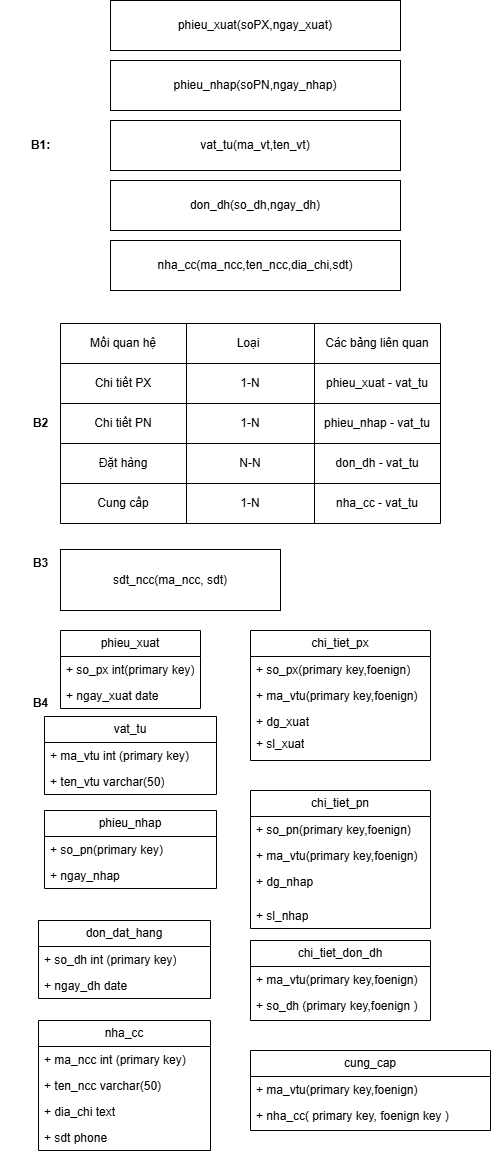
quan11012000/Module_3 keeps this draw.io diagram as bai_2/bai_tap/bai_1.drawio.png. Above is the earlier version. Source tidied: cells renumbered, new cells last; positions are measured from the earlier drawing's top-left corner, leaving out a move shared by most shapes.
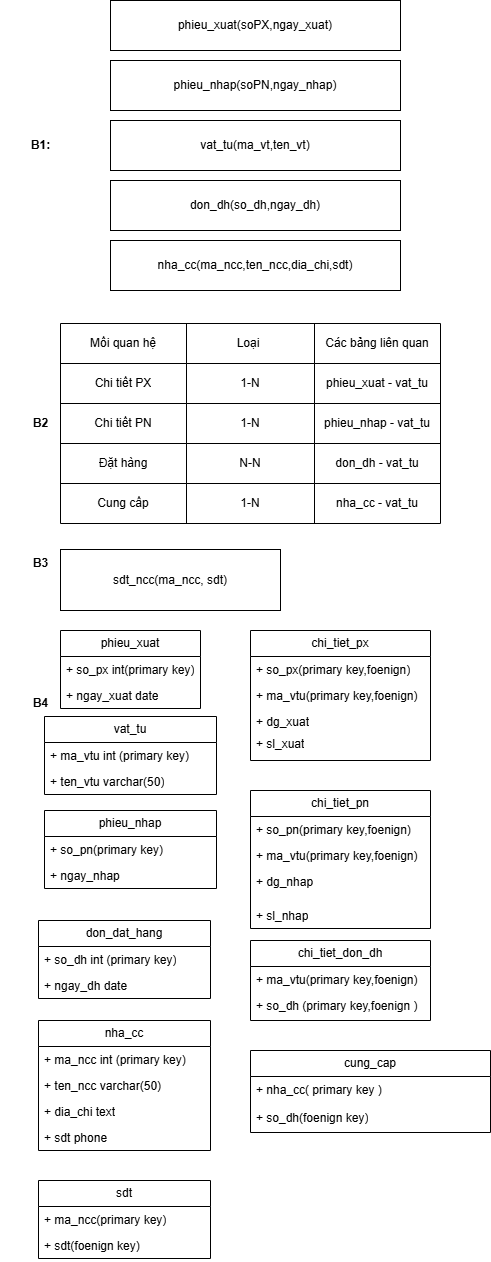
After the commit.

The edit, as a diff of the source:
```diff
@@ -186,13 +186,22 @@
       <mxGeometry y="52" width="180" height="28" as="geometry" />
     </mxCell>
     <mxCell id="63" value="cung_cap" style="swimlane;fontStyle=0;horizontal=1;startSize=26;fillColor=none;whiteSpace=wrap;html=1;" parent="1" vertex="1">
-      <mxGeometry x="250" y="1050" width="240" height="80" as="geometry" />
+      <mxGeometry x="250" y="1050" width="240" height="82" as="geometry" />
     </mxCell>
-    <mxCell id="64" value="+ ma_vtu(primary key,foenign)" style="text;strokeColor=none;fillColor=none;align=left;verticalAlign=top;spacingLeft=4;spacingRight=4;overflow=hidden;whiteSpace=wrap;html=1;" parent="63" vertex="1">
-      <mxGeometry y="26" width="240" height="26" as="geometry" />
-    </mxCell>
-    <mxCell id="65" value="+ nha_cc( primary key, foenign key )" style="text;strokeColor=none;fillColor=none;align=left;verticalAlign=top;spacingLeft=4;spacingRight=4;overflow=hidden;whiteSpace=wrap;html=1;" parent="63" vertex="1">
-      <mxGeometry y="52" width="240" height="28" as="geometry" />
+    <mxCell id="65" value="+ nha_cc( primary key )" style="text;strokeColor=none;fillColor=none;align=left;verticalAlign=top;spacingLeft=4;spacingRight=4;overflow=hidden;whiteSpace=wrap;html=1;" parent="63" vertex="1">
+      <mxGeometry y="26" width="240" height="28" as="geometry" />
     </mxCell>
+    <mxCell id="66" value="+ so_dh(foenign key)" style="text;strokeColor=none;fillColor=none;align=left;verticalAlign=top;spacingLeft=4;spacingRight=4;overflow=hidden;whiteSpace=wrap;html=1;" parent="63" vertex="1">
+      <mxGeometry y="54" width="240" height="28" as="geometry" />
+    </mxCell>
+    <mxCell id="67" value="sdt" style="swimlane;fontStyle=0;horizontal=1;startSize=26;fillColor=none;whiteSpace=wrap;html=1;" parent="1" vertex="1">
+      <mxGeometry x="38" y="1180" width="172" height="78" as="geometry" />
+    </mxCell>
+    <mxCell id="68" value="+ ma_ncc(primary key)" style="text;strokeColor=none;fillColor=none;align=left;verticalAlign=top;spacingLeft=4;spacingRight=4;overflow=hidden;whiteSpace=wrap;html=1;" parent="67" vertex="1">
+      <mxGeometry y="26" width="172" height="26" as="geometry" />
+    </mxCell>
+    <mxCell id="69" value="+ sdt(foenign key)" style="text;strokeColor=none;fillColor=none;align=left;verticalAlign=top;spacingLeft=4;spacingRight=4;overflow=hidden;whiteSpace=wrap;html=1;" parent="67" vertex="1">
+      <mxGeometry y="52" width="172" height="26" as="geometry" />
+    </mxCell>
   </root>
 </mxGraphModel>
```
